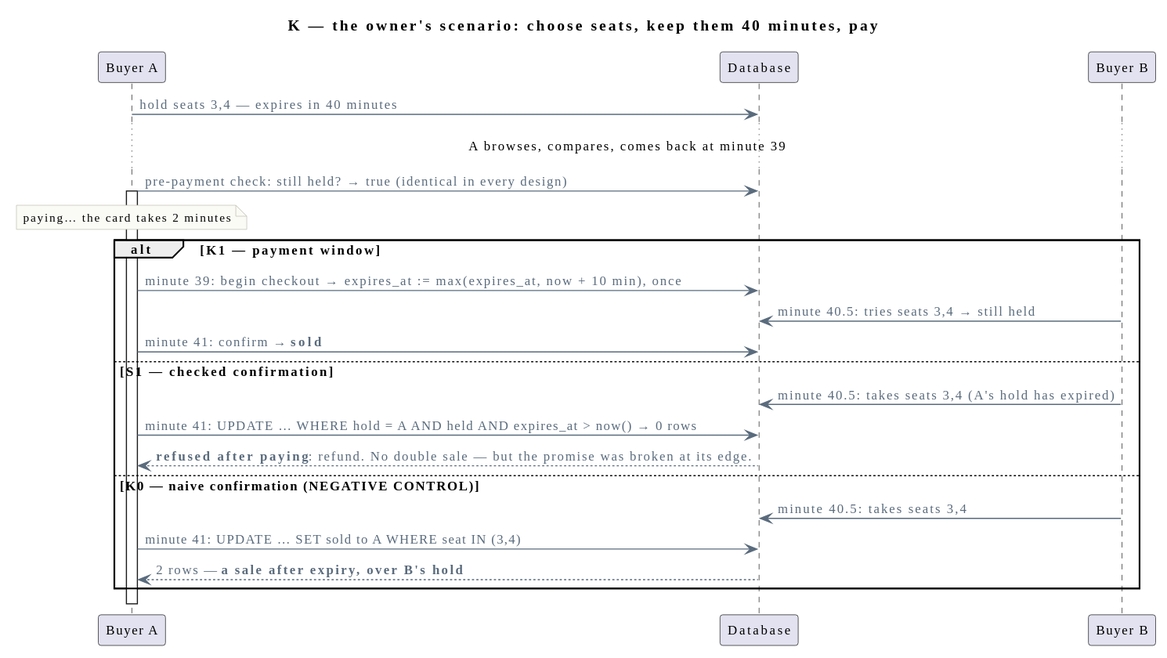
This is studies/03-reserved-seating/diagrams/rendered/k_checkout.svg from xiles84/architecture_design_studies, a PlantUML export, as it was before one commit.
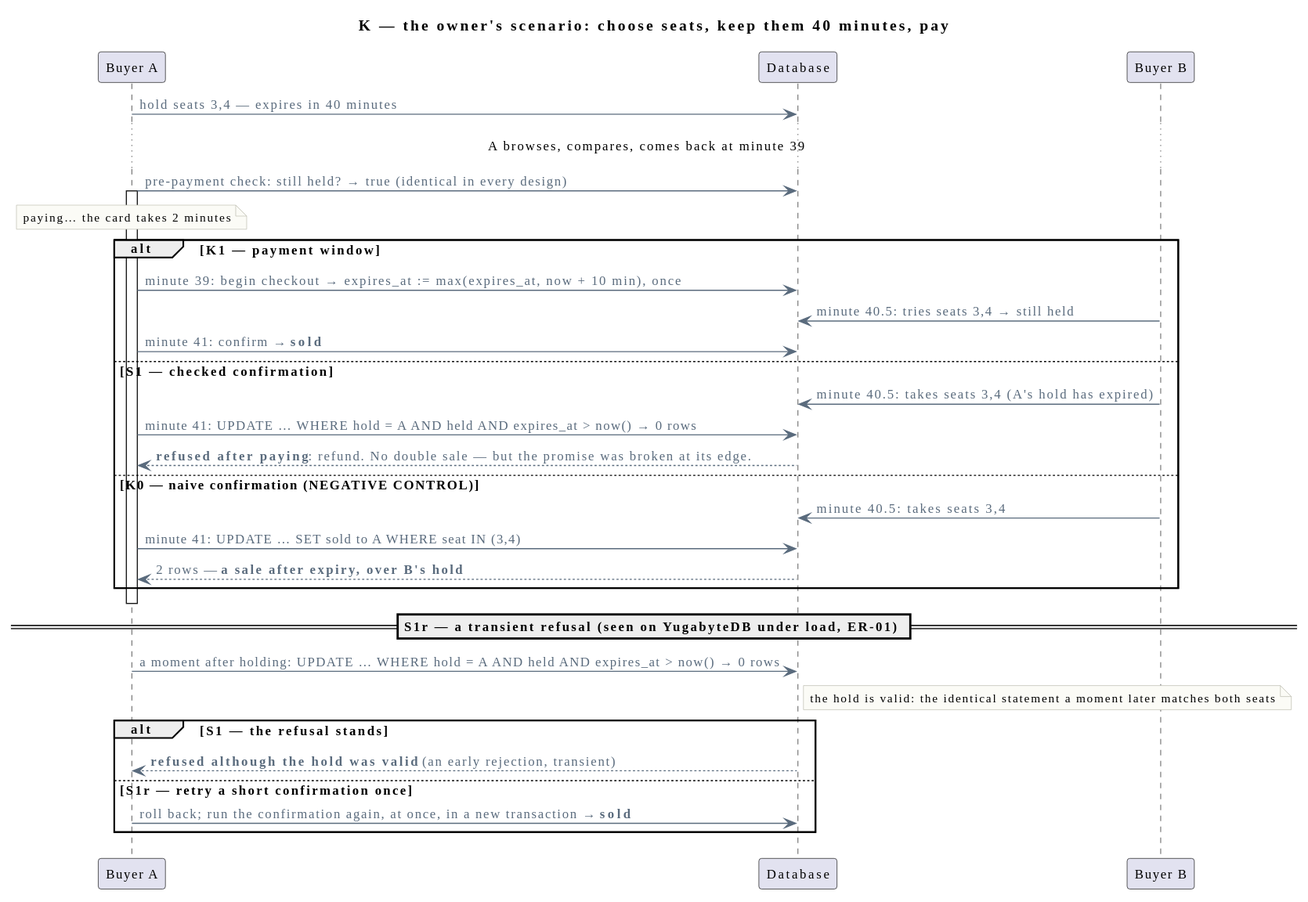
The same diagram one commit later.

What changed in the source:
```diff
@@ -26,4 +26,13 @@
   DB --> A : 2 rows — **a sale after expiry, over B's hold**
 end
 deactivate A
+
+== S1r — a transient refusal (seen on YugabyteDB under load, ER-01) ==
+A -> DB : a moment after holding: UPDATE … WHERE hold = A AND held AND expires_at > now() → 0 rows
+note right of DB : the hold is valid: the identical statement a moment later matches both seats
+alt S1 — the refusal stands
+  DB --> A : **refused although the hold was valid** (an early rejection, transient)
+else S1r — retry a short confirmation once
+  A -> DB : roll back; run the confirmation again, at once, in a new transaction → **sold**
+end
 @enduml
```
